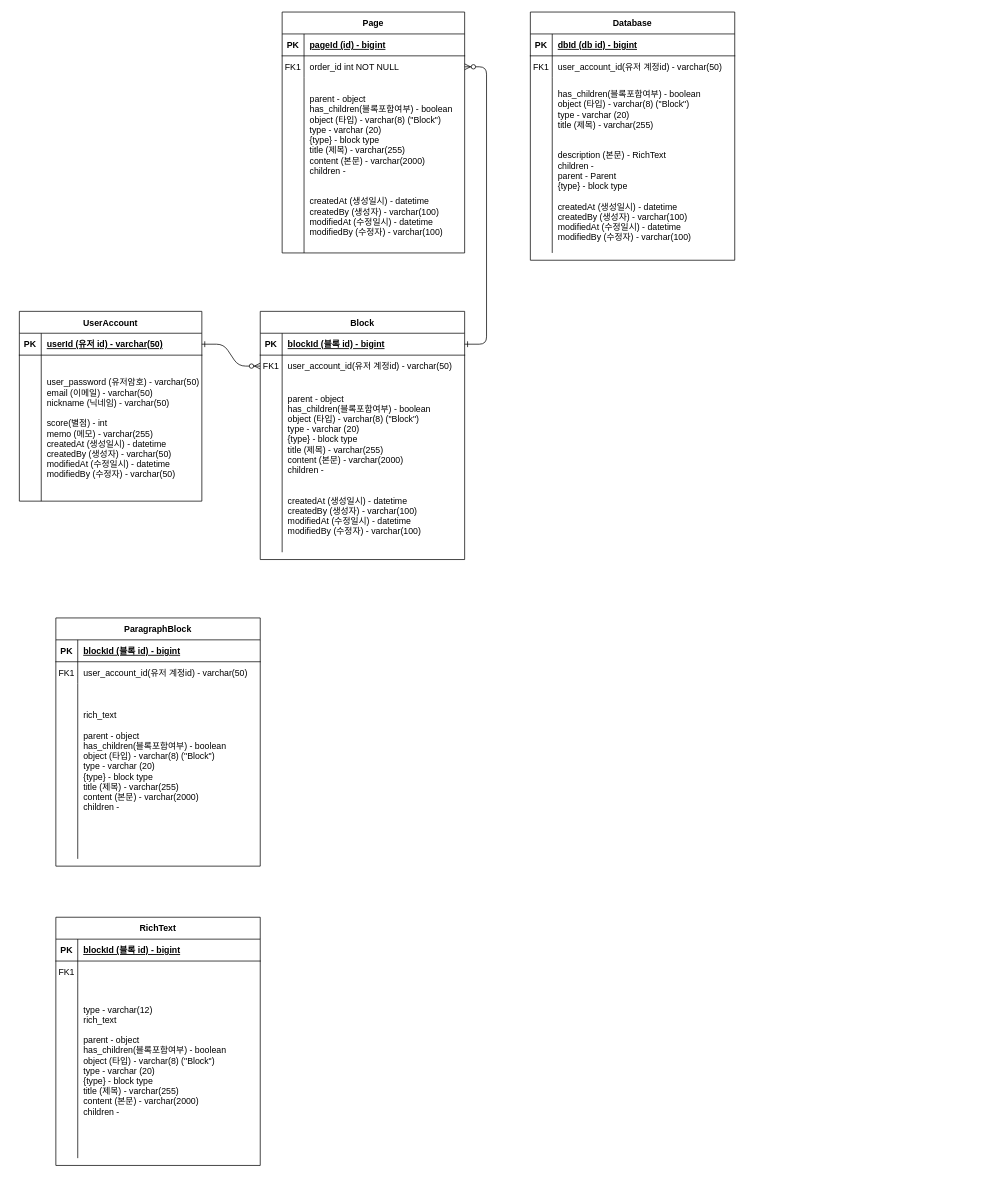
This is capstone.drawio from jyzayu/capstone-back, a draw.io file, before an edit. Source tidied: cells renumbered, new cells numbered last; positions are measured from the earlier drawing's top-left corner, leaving out a move shared by most shapes. Both pictures are drawn from the tidied source at 73%, with x=0, y=0 at pixel (19, 12).
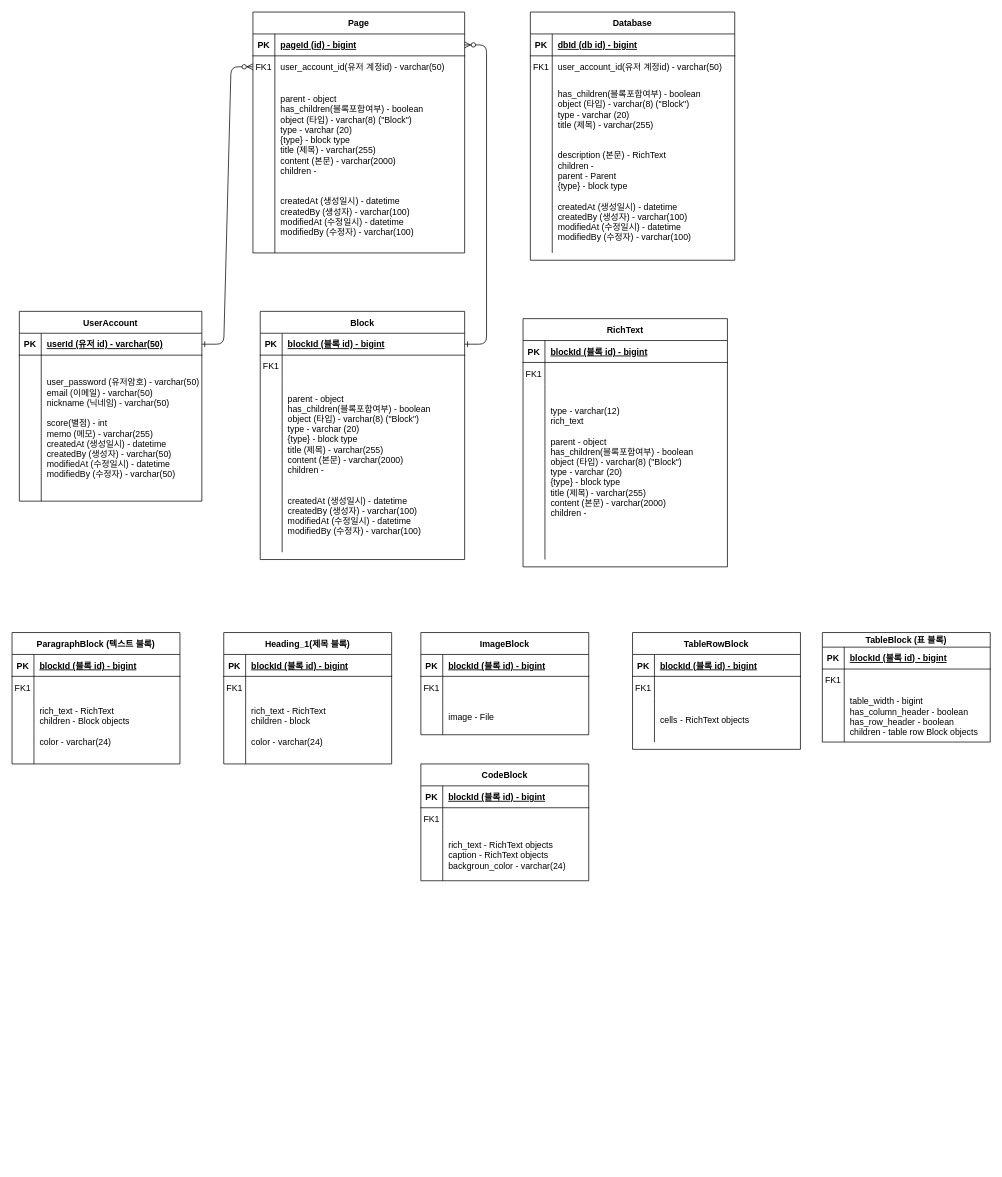
The same page after the edit.

The change refers to these unchanged cells:
```xml
<mxCell id="5" style="shape=partialRectangle;fillColor=none;points=[[0,0.5],[1,0.5]];portConstraint=eastwest;top=0;left=0;right=0;bottom=1;" parent="4" vertex="1">
  <mxGeometry y="30" width="280" height="30" as="geometry" />
</mxCell>
<mxCell id="8" style="shape=partialRectangle;fillColor=none;points=[[0,0.5],[1,0.5]];portConstraint=eastwest;top=0;left=0;right=0;bottom=0;" parent="4" vertex="1">
  <mxGeometry y="60" width="280" height="30" as="geometry" />
</mxCell>
<mxCell id="25" style="shape=partialRectangle;fillColor=none;points=[[0,0.5],[1,0.5]];portConstraint=eastwest;top=0;left=0;right=0;bottom=1;" parent="24" vertex="1">
  <mxGeometry y="30" width="250" height="30" as="geometry" />
</mxCell>
```

The edit, as a diff of the source:
```diff
@@
-    <mxCell id="2" style="edgeStyle=entityRelationEdgeStyle;endArrow=ERzeroToMany;startArrow=ERone;endFill=1;startFill=0;" parent="1" edge="1" source="25" target="8">
+    <mxCell id="2" style="edgeStyle=entityRelationEdgeStyle;endArrow=ERzeroToMany;startArrow=ERone;endFill=1;startFill=0;entryX=0;entryY=0.5;entryDx=0;entryDy=0;" parent="1" edge="1" source="25" target="18">
       <mxGeometry relative="1" as="geometry" />
     </mxCell>
-    <mxCell id="3" style="edgeStyle=entityRelationEdgeStyle;endArrow=ERzeroToMany;startArrow=ERone;endFill=1;startFill=0;" parent="1" edge="1" source="5" target="18">
+    <mxCell id="3" style="edgeStyle=entityRelationEdgeStyle;endArrow=ERzeroToMany;startArrow=ERone;endFill=1;startFill=0;entryX=1;entryY=0.5;entryDx=0;entryDy=0;" parent="1" edge="1" source="5" target="15">
       <mxGeometry relative="1" as="geometry" />
     </mxCell>
@@
-    <mxCell id="10" value="user_account_id(유저 계정id) - varchar(50)   " style="shape=partialRectangle;overflow=hidden;fillColor=none;top=0;left=0;bottom=0;right=0;align=left;spacingLeft=6;" parent="8" vertex="1">
+    <mxCell id="10" style="shape=partialRectangle;overflow=hidden;fillColor=none;top=0;left=0;bottom=0;right=0;align=left;spacingLeft=6;" parent="8" vertex="1">
       <mxGeometry x="30" width="250" height="30" as="geometry" />
     </mxCell>
@@
     <mxCell id="14" value="Page" style="shape=table;startSize=30;childLayout=tableLayout;rowLines=0;fontStyle=1;align=center;" parent="1" vertex="1">
-      <mxGeometry x="360" width="250" height="330" as="geometry" />
+      <mxGeometry x="320" width="290" height="330" as="geometry" />
     </mxCell>
     <mxCell id="15" style="shape=partialRectangle;fillColor=none;points=[[0,0.5],[1,0.5]];portConstraint=eastwest;top=0;left=0;right=0;bottom=1;" parent="14" vertex="1">
-      <mxGeometry y="30" width="250" height="30" as="geometry" />
+      <mxGeometry y="30" width="290" height="30" as="geometry" />
     </mxCell>
@@
     <mxCell id="17" value="pageId (id) - bigint" style="shape=partialRectangle;overflow=hidden;fillColor=none;top=0;left=0;bottom=0;right=0;align=left;spacingLeft=6;fontStyle=5;" parent="15" vertex="1">
-      <mxGeometry x="30" width="220" height="30" as="geometry" />
+      <mxGeometry x="30" width="260" height="30" as="geometry" />
     </mxCell>
     <mxCell id="18" style="shape=partialRectangle;fillColor=none;points=[[0,0.5],[1,0.5]];portConstraint=eastwest;top=0;left=0;right=0;bottom=0;" parent="14" vertex="1">
-      <mxGeometry y="60" width="250" height="30" as="geometry" />
+      <mxGeometry y="60" width="290" height="30" as="geometry" />
     </mxCell>
@@
-    <mxCell id="20" value="order_id int NOT NULL" style="shape=partialRectangle;overflow=hidden;fillColor=none;top=0;left=0;bottom=0;right=0;align=left;spacingLeft=6;" parent="18" vertex="1">
-      <mxGeometry x="30" width="220" height="30" as="geometry" />
+    <mxCell id="20" value="user_account_id(유저 계정id) - varchar(50)   " style="shape=partialRectangle;overflow=hidden;fillColor=none;top=0;left=0;bottom=0;right=0;align=left;spacingLeft=6;" parent="18" vertex="1">
+      <mxGeometry x="30" width="260" height="30" as="geometry" />
     </mxCell>
     <mxCell id="21" style="shape=partialRectangle;fillColor=none;top=0;left=0;right=0;bottom=0;" parent="14" vertex="1">
-      <mxGeometry y="90" width="250" height="240" as="geometry" />
+      <mxGeometry y="90" width="290" height="240" as="geometry" />
     </mxCell>
@@
     <mxCell id="23" value="parent - object&#10;has_children(블록포함여부) - boolean&#10;object (타입) - varchar(8) (&quot;Block&quot;)&#10;type - varchar (20)&#10;{type} - block type&#10;title (제목) - varchar(255)&#10;content (본문) - varchar(2000)&#10;children -&#10;&#10;&#10;createdAt (생성일시) - datetime&#10;createdBy (생성자) - varchar(100)&#10;modifiedAt (수정일시) - datetime&#10;modifiedBy (수정자) - varchar(100)" style="shape=partialRectangle;overflow=hidden;fillColor=none;top=0;left=0;bottom=0;right=0;align=left;spacingLeft=6;" parent="21" vertex="1">
-      <mxGeometry x="30" width="220" height="240" as="geometry" />
+      <mxGeometry x="30" width="260" height="240" as="geometry" />
     </mxCell>
@@
-    <mxCell id="31" value="ParagraphBlock" style="shape=table;startSize=30;childLayout=tableLayout;rowLines=0;fontStyle=1;align=center;" parent="1" vertex="1">
-      <mxGeometry x="50" y="830" width="280" height="340" as="geometry" />
+    <mxCell id="31" value="ParagraphBlock (텍스트 블록)" style="shape=table;startSize=30;childLayout=tableLayout;rowLines=0;fontStyle=1;align=center;" parent="1" vertex="1">
+      <mxGeometry x="-10" y="850" width="230" height="180" as="geometry" />
     </mxCell>
     <mxCell id="32" style="shape=partialRectangle;fillColor=none;top=0;left=0;right=0;bottom=1;" parent="31" vertex="1">
-      <mxGeometry y="30" width="280" height="30" as="geometry" />
+      <mxGeometry y="30" width="230" height="30" as="geometry" />
     </mxCell>
@@
     <mxCell id="34" value="blockId (블록 id) - bigint" style="shape=partialRectangle;overflow=hidden;fillColor=none;top=0;left=0;bottom=0;right=0;align=left;spacingLeft=6;fontStyle=5;" parent="32" vertex="1">
-      <mxGeometry x="30" width="250" height="30" as="geometry" />
+      <mxGeometry x="30" width="200" height="30" as="geometry" />
     </mxCell>
     <mxCell id="35" style="shape=partialRectangle;fillColor=none;top=0;left=0;right=0;bottom=0;" parent="31" vertex="1">
-      <mxGeometry y="60" width="280" height="30" as="geometry" />
+      <mxGeometry y="60" width="230" height="30" as="geometry" />
     </mxCell>
@@
-    <mxCell id="37" value="user_account_id(유저 계정id) - varchar(50)   " style="shape=partialRectangle;overflow=hidden;fillColor=none;top=0;left=0;bottom=0;right=0;align=left;spacingLeft=6;" parent="35" vertex="1">
-      <mxGeometry x="30" width="250" height="30" as="geometry" />
+    <mxCell id="37" style="shape=partialRectangle;overflow=hidden;fillColor=none;top=0;left=0;bottom=0;right=0;align=left;spacingLeft=6;" parent="35" vertex="1">
+      <mxGeometry x="30" width="200" height="30" as="geometry" />
     </mxCell>
     <mxCell id="38" style="shape=partialRectangle;fillColor=none;top=0;left=0;right=0;bottom=0;" parent="31" vertex="1">
-      <mxGeometry y="90" width="280" height="240" as="geometry" />
+      <mxGeometry y="90" width="230" height="90" as="geometry" />
     </mxCell>
     <mxCell id="39" style="shape=partialRectangle;overflow=hidden;fillColor=none;top=0;left=0;bottom=0;right=0;" parent="38" vertex="1">
-      <mxGeometry width="30" height="240" as="geometry" />
+      <mxGeometry width="30" height="90" as="geometry" />
     </mxCell>
-    <mxCell id="40" value="rich_text&#10;&#10;parent - object&#10;has_children(블록포함여부) - boolean&#10;object (타입) - varchar(8) (&quot;Block&quot;)&#10;type - varchar (20)&#10;{type} - block type&#10;title (제목) - varchar(255)&#10;content (본문) - varchar(2000)&#10;children -&#10;&#10;" style="shape=partialRectangle;overflow=hidden;fillColor=none;top=0;left=0;bottom=0;right=0;align=left;spacingLeft=6;" parent="38" vertex="1">
-      <mxGeometry x="30" width="250" height="240" as="geometry" />
+    <mxCell id="40" value="rich_text - RichText&#10;children - Block objects&#10;&#10;color - varchar(24)&#10;" style="shape=partialRectangle;overflow=hidden;fillColor=none;top=0;left=0;bottom=0;right=0;align=left;spacingLeft=6;" parent="38" vertex="1">
+      <mxGeometry x="30" width="200" height="90" as="geometry" />
     </mxCell>
     <mxCell id="41" value="RichText" style="shape=table;startSize=30;childLayout=tableLayout;rowLines=0;fontStyle=1;align=center;" parent="1" vertex="1">
-      <mxGeometry x="50" y="1240" width="280" height="340" as="geometry" />
+      <mxGeometry x="690" y="420" width="280" height="340" as="geometry" />
     </mxCell>
@@
+    <mxCell id="61" value="Heading_1(제목 블록)" style="shape=table;startSize=30;childLayout=tableLayout;rowLines=0;fontStyle=1;align=center;" parent="1" vertex="1">
+      <mxGeometry x="280" y="850" width="230" height="180" as="geometry" />
+    </mxCell>
+    <mxCell id="62" style="shape=partialRectangle;fillColor=none;top=0;left=0;right=0;bottom=1;" parent="61" vertex="1">
+      <mxGeometry y="30" width="230" height="30" as="geometry" />
+    </mxCell>
+    <mxCell id="63" value="PK" style="shape=partialRectangle;overflow=hidden;fillColor=none;top=0;left=0;bottom=0;right=0;fontStyle=1;" parent="62" vertex="1">
+      <mxGeometry width="30" height="30" as="geometry" />
+    </mxCell>
+    <mxCell id="64" value="blockId (블록 id) - bigint" style="shape=partialRectangle;overflow=hidden;fillColor=none;top=0;left=0;bottom=0;right=0;align=left;spacingLeft=6;fontStyle=5;" parent="62" vertex="1">
+      <mxGeometry x="30" width="200" height="30" as="geometry" />
+    </mxCell>
+    <mxCell id="65" style="shape=partialRectangle;fillColor=none;top=0;left=0;right=0;bottom=0;" parent="61" vertex="1">
+      <mxGeometry y="60" width="230" height="30" as="geometry" />
+    </mxCell>
+    <mxCell id="66" value="FK1" style="shape=partialRectangle;overflow=hidden;fillColor=none;top=0;left=0;bottom=0;right=0;" parent="65" vertex="1">
+      <mxGeometry width="30" height="30" as="geometry" />
+    </mxCell>
+    <mxCell id="67" style="shape=partialRectangle;overflow=hidden;fillColor=none;top=0;left=0;bottom=0;right=0;align=left;spacingLeft=6;" parent="65" vertex="1">
+      <mxGeometry x="30" width="200" height="30" as="geometry" />
+    </mxCell>
+    <mxCell id="68" style="shape=partialRectangle;fillColor=none;top=0;left=0;right=0;bottom=0;" parent="61" vertex="1">
+      <mxGeometry y="90" width="230" height="90" as="geometry" />
+    </mxCell>
+    <mxCell id="69" style="shape=partialRectangle;overflow=hidden;fillColor=none;top=0;left=0;bottom=0;right=0;" parent="68" vertex="1">
+      <mxGeometry width="30" height="90" as="geometry" />
+    </mxCell>
+    <mxCell id="70" value="rich_text - RichText&#10;children - block&#10;&#10;color - varchar(24)&#10;" style="shape=partialRectangle;overflow=hidden;fillColor=none;top=0;left=0;bottom=0;right=0;align=left;spacingLeft=6;" parent="68" vertex="1">
+      <mxGeometry x="30" width="200" height="90" as="geometry" />
+    </mxCell>
+    <mxCell id="71" value="TableBlock (표 블록)" style="shape=table;startSize=20;childLayout=tableLayout;rowLines=0;fontStyle=1;align=center;" parent="1" vertex="1">
+      <mxGeometry x="1100" y="850" width="230" height="150" as="geometry" />
+    </mxCell>
+    <mxCell id="72" style="shape=partialRectangle;fillColor=none;top=0;left=0;right=0;bottom=1;" parent="71" vertex="1">
+      <mxGeometry y="20" width="230" height="30" as="geometry" />
+    </mxCell>
+    <mxCell id="73" value="PK" style="shape=partialRectangle;overflow=hidden;fillColor=none;top=0;left=0;bottom=0;right=0;fontStyle=1;" parent="72" vertex="1">
+      <mxGeometry width="30" height="30" as="geometry" />
+    </mxCell>
+    <mxCell id="74" value="blockId (블록 id) - bigint" style="shape=partialRectangle;overflow=hidden;fillColor=none;top=0;left=0;bottom=0;right=0;align=left;spacingLeft=6;fontStyle=5;" parent="72" vertex="1">
+      <mxGeometry x="30" width="200" height="30" as="geometry" />
+    </mxCell>
+    <mxCell id="75" style="shape=partialRectangle;fillColor=none;top=0;left=0;right=0;bottom=0;" parent="71" vertex="1">
+      <mxGeometry y="50" width="230" height="30" as="geometry" />
+    </mxCell>
+    <mxCell id="76" value="FK1" style="shape=partialRectangle;overflow=hidden;fillColor=none;top=0;left=0;bottom=0;right=0;" parent="75" vertex="1">
+      <mxGeometry width="30" height="30" as="geometry" />
+    </mxCell>
+    <mxCell id="77" style="shape=partialRectangle;overflow=hidden;fillColor=none;top=0;left=0;bottom=0;right=0;align=left;spacingLeft=6;" parent="75" vertex="1">
+      <mxGeometry x="30" width="200" height="30" as="geometry" />
+    </mxCell>
+    <mxCell id="78" style="shape=partialRectangle;fillColor=none;top=0;left=0;right=0;bottom=0;" parent="71" vertex="1">
+      <mxGeometry y="80" width="230" height="70" as="geometry" />
+    </mxCell>
+    <mxCell id="79" style="shape=partialRectangle;overflow=hidden;fillColor=none;top=0;left=0;bottom=0;right=0;" parent="78" vertex="1">
+      <mxGeometry width="30" height="70" as="geometry" />
+    </mxCell>
+    <mxCell id="80" value="table_width - bigint&#10;has_column_header - boolean&#10;has_row_header - boolean&#10;children - table row Block objects" style="shape=partialRectangle;overflow=hidden;fillColor=none;top=0;left=0;bottom=0;right=0;align=left;spacingLeft=6;" parent="78" vertex="1">
+      <mxGeometry x="30" width="200" height="70" as="geometry" />
+    </mxCell>
+    <mxCell id="81" value="TableRowBlock" style="shape=table;startSize=30;childLayout=tableLayout;rowLines=0;fontStyle=1;align=center;" parent="1" vertex="1">
+      <mxGeometry x="840" y="850" width="230" height="160" as="geometry" />
+    </mxCell>
+    <mxCell id="82" style="shape=partialRectangle;fillColor=none;top=0;left=0;right=0;bottom=1;" parent="81" vertex="1">
+      <mxGeometry y="30" width="230" height="30" as="geometry" />
+    </mxCell>
+    <mxCell id="83" value="PK" style="shape=partialRectangle;overflow=hidden;fillColor=none;top=0;left=0;bottom=0;right=0;fontStyle=1;" parent="82" vertex="1">
+      <mxGeometry width="30" height="30" as="geometry" />
+    </mxCell>
+    <mxCell id="84" value="blockId (블록 id) - bigint" style="shape=partialRectangle;overflow=hidden;fillColor=none;top=0;left=0;bottom=0;right=0;align=left;spacingLeft=6;fontStyle=5;" parent="82" vertex="1">
+      <mxGeometry x="30" width="200" height="30" as="geometry" />
+    </mxCell>
+    <mxCell id="85" style="shape=partialRectangle;fillColor=none;top=0;left=0;right=0;bottom=0;" parent="81" vertex="1">
+      <mxGeometry y="60" width="230" height="30" as="geometry" />
+    </mxCell>
+    <mxCell id="86" value="FK1" style="shape=partialRectangle;overflow=hidden;fillColor=none;top=0;left=0;bottom=0;right=0;" parent="85" vertex="1">
+      <mxGeometry width="30" height="30" as="geometry" />
+    </mxCell>
+    <mxCell id="87" style="shape=partialRectangle;overflow=hidden;fillColor=none;top=0;left=0;bottom=0;right=0;align=left;spacingLeft=6;" parent="85" vertex="1">
+      <mxGeometry x="30" width="200" height="30" as="geometry" />
+    </mxCell>
+    <mxCell id="88" style="shape=partialRectangle;fillColor=none;top=0;left=0;right=0;bottom=0;" parent="81" vertex="1">
+      <mxGeometry y="90" width="230" height="60" as="geometry" />
+    </mxCell>
+    <mxCell id="89" style="shape=partialRectangle;overflow=hidden;fillColor=none;top=0;left=0;bottom=0;right=0;" parent="88" vertex="1">
+      <mxGeometry width="30" height="60" as="geometry" />
+    </mxCell>
+    <mxCell id="90" value="cells - RichText objects" style="shape=partialRectangle;overflow=hidden;fillColor=none;top=0;left=0;bottom=0;right=0;align=left;spacingLeft=6;" parent="88" vertex="1">
+      <mxGeometry x="30" width="200" height="60" as="geometry" />
+    </mxCell>
+    <mxCell id="91" value="ImageBlock" style="shape=table;startSize=30;childLayout=tableLayout;rowLines=0;fontStyle=1;align=center;" parent="1" vertex="1">
+      <mxGeometry x="550" y="850" width="230" height="140" as="geometry" />
+    </mxCell>
+    <mxCell id="92" style="shape=partialRectangle;fillColor=none;top=0;left=0;right=0;bottom=1;" parent="91" vertex="1">
+      <mxGeometry y="30" width="230" height="30" as="geometry" />
+    </mxCell>
+    <mxCell id="93" value="PK" style="shape=partialRectangle;overflow=hidden;fillColor=none;top=0;left=0;bottom=0;right=0;fontStyle=1;" parent="92" vertex="1">
+      <mxGeometry width="30" height="30" as="geometry" />
+    </mxCell>
+    <mxCell id="94" value="blockId (블록 id) - bigint" style="shape=partialRectangle;overflow=hidden;fillColor=none;top=0;left=0;bottom=0;right=0;align=left;spacingLeft=6;fontStyle=5;" parent="92" vertex="1">
+      <mxGeometry x="30" width="200" height="30" as="geometry" />
+    </mxCell>
+    <mxCell id="95" style="shape=partialRectangle;fillColor=none;top=0;left=0;right=0;bottom=0;" parent="91" vertex="1">
+      <mxGeometry y="60" width="230" height="30" as="geometry" />
+    </mxCell>
+    <mxCell id="96" value="FK1" style="shape=partialRectangle;overflow=hidden;fillColor=none;top=0;left=0;bottom=0;right=0;" parent="95" vertex="1">
+      <mxGeometry width="30" height="30" as="geometry" />
+    </mxCell>
+    <mxCell id="97" style="shape=partialRectangle;overflow=hidden;fillColor=none;top=0;left=0;bottom=0;right=0;align=left;spacingLeft=6;" parent="95" vertex="1">
+      <mxGeometry x="30" width="200" height="30" as="geometry" />
+    </mxCell>
+    <mxCell id="98" style="shape=partialRectangle;fillColor=none;top=0;left=0;right=0;bottom=0;" parent="91" vertex="1">
+      <mxGeometry y="90" width="230" height="50" as="geometry" />
+    </mxCell>
+    <mxCell id="99" style="shape=partialRectangle;overflow=hidden;fillColor=none;top=0;left=0;bottom=0;right=0;" parent="98" vertex="1">
+      <mxGeometry width="30" height="50" as="geometry" />
+    </mxCell>
+    <mxCell id="100" value="image - File" style="shape=partialRectangle;overflow=hidden;fillColor=none;top=0;left=0;bottom=0;right=0;align=left;spacingLeft=6;" parent="98" vertex="1">
+      <mxGeometry x="30" width="200" height="50" as="geometry" />
+    </mxCell>
+    <mxCell id="101" value="CodeBlock" style="shape=table;startSize=30;childLayout=tableLayout;rowLines=0;fontStyle=1;align=center;" parent="1" vertex="1">
+      <mxGeometry x="550" y="1030" width="230" height="160" as="geometry" />
+    </mxCell>
+    <mxCell id="102" style="shape=partialRectangle;fillColor=none;top=0;left=0;right=0;bottom=1;" parent="101" vertex="1">
+      <mxGeometry y="30" width="230" height="30" as="geometry" />
+    </mxCell>
+    <mxCell id="103" value="PK" style="shape=partialRectangle;overflow=hidden;fillColor=none;top=0;left=0;bottom=0;right=0;fontStyle=1;" parent="102" vertex="1">
+      <mxGeometry width="30" height="30" as="geometry" />
+    </mxCell>
+    <mxCell id="104" value="blockId (블록 id) - bigint" style="shape=partialRectangle;overflow=hidden;fillColor=none;top=0;left=0;bottom=0;right=0;align=left;spacingLeft=6;fontStyle=5;" parent="102" vertex="1">
+      <mxGeometry x="30" width="200" height="30" as="geometry" />
+    </mxCell>
+    <mxCell id="105" style="shape=partialRectangle;fillColor=none;top=0;left=0;right=0;bottom=0;" parent="101" vertex="1">
+      <mxGeometry y="60" width="230" height="30" as="geometry" />
+    </mxCell>
+    <mxCell id="106" value="FK1" style="shape=partialRectangle;overflow=hidden;fillColor=none;top=0;left=0;bottom=0;right=0;" parent="105" vertex="1">
+      <mxGeometry width="30" height="30" as="geometry" />
+    </mxCell>
+    <mxCell id="107" style="shape=partialRectangle;overflow=hidden;fillColor=none;top=0;left=0;bottom=0;right=0;align=left;spacingLeft=6;" parent="105" vertex="1">
+      <mxGeometry x="30" width="200" height="30" as="geometry" />
+    </mxCell>
+    <mxCell id="108" style="shape=partialRectangle;fillColor=none;top=0;left=0;right=0;bottom=0;" parent="101" vertex="1">
+      <mxGeometry y="90" width="230" height="70" as="geometry" />
+    </mxCell>
+    <mxCell id="109" style="shape=partialRectangle;overflow=hidden;fillColor=none;top=0;left=0;bottom=0;right=0;" parent="108" vertex="1">
+      <mxGeometry width="30" height="70" as="geometry" />
+    </mxCell>
+    <mxCell id="110" value="rich_text - RichText objects&#10;caption - RichText objects&#10;backgroun_color - varchar(24)" style="shape=partialRectangle;overflow=hidden;fillColor=none;top=0;left=0;bottom=0;right=0;align=left;spacingLeft=6;" parent="108" vertex="1">
+      <mxGeometry x="30" width="200" height="70" as="geometry" />
+    </mxCell>
```
